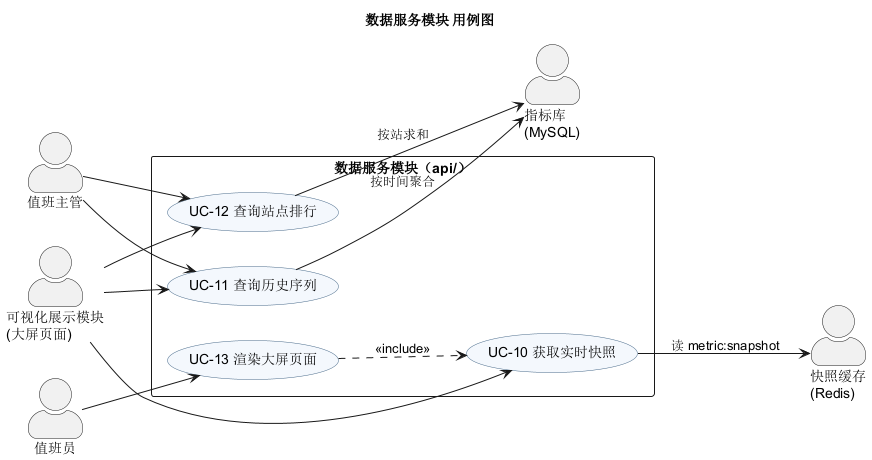
Xuzhaopu04/metro-flow-dashboard keeps this PlantUML diagram as docs/03-建模/图/04-用例图-数据服务.png. Above is the earlier version.
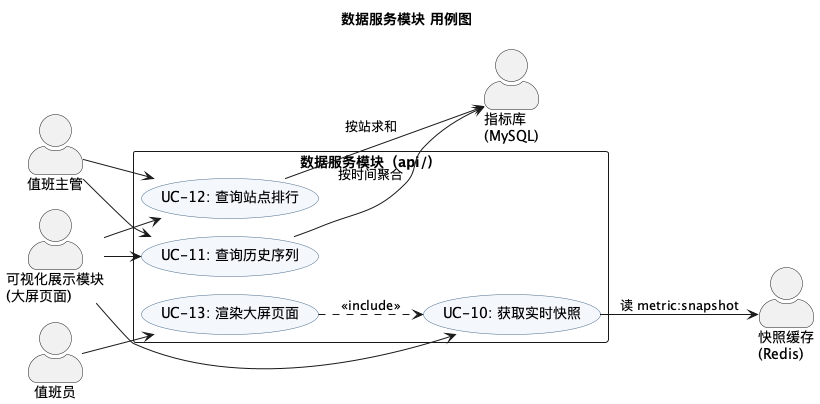
The same diagram one commit later.

The edit, as a diff of the source:
```diff
@@ -1,4 +1,5 @@
 @startuml 04-用例图-数据服务
+!pragma layout smetana
 title 数据服务模块 用例图
 left to right direction
 skinparam shadowing false
@@ -16,10 +17,10 @@
 actor "快照缓存\n(Redis)" as cache
 
 rectangle "数据服务模块（api/）" {
-  usecase "UC-10 获取实时快照" as UC10
-  usecase "UC-11 查询历史序列" as UC11
-  usecase "UC-12 查询站点排行" as UC12
-  usecase "UC-13 渲染大屏页面" as UC13
+  usecase "UC-10: 获取实时快照" as UC10
+  usecase "UC-11: 查询历史序列" as UC11
+  usecase "UC-12: 查询站点排行" as UC12
+  usecase "UC-13: 渲染大屏页面" as UC13
 }
 
 guard --> UC13
```
